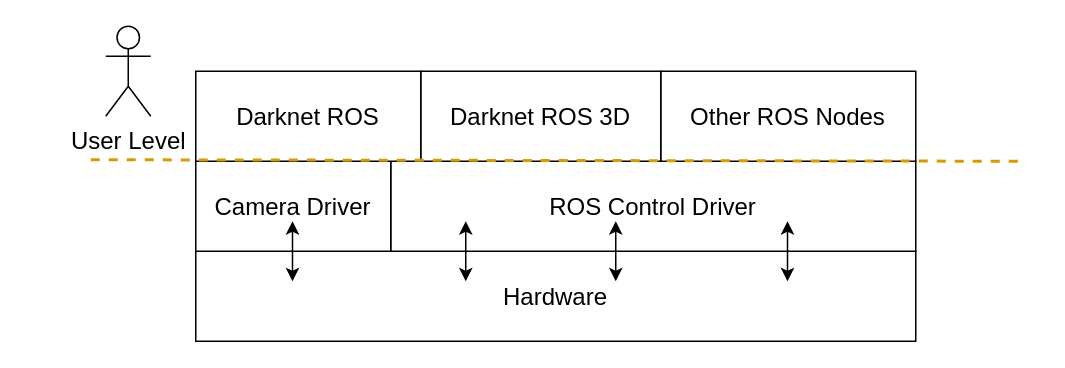
Above: diagrams/deployment/Untitled Diagram.drawio in fgonzalezr1998/tfg_src (draw.io), before the change. Source tidied: cells renumbered, new cells numbered last; positions are measured from the earlier drawing's top-left corner, leaving out a move shared by most shapes. Both pictures are drawn from the tidied source at 150%, with x=0, y=0 at pixel (90, 26).
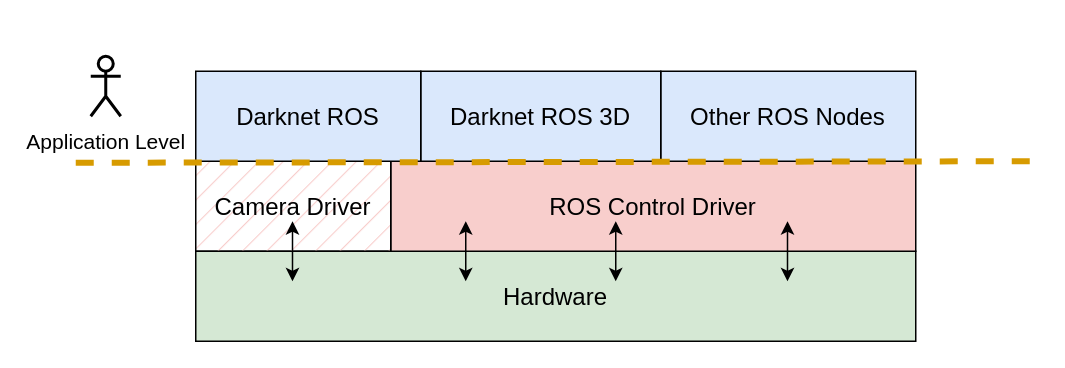
The same page after the edit.

Change to the diagram source:
```diff
@@
 <mxGraphModel>
   <root>
     <mxCell id="0" />
     <mxCell id="1" parent="0" />
-    <mxCell id="2" value="&lt;font style=&quot;font-size: 13px;&quot;&gt;&lt;font style=&quot;font-size: 14px;&quot;&gt;&lt;font style=&quot;font-size: 15px;&quot;&gt;&lt;font style=&quot;font-size: 16px;&quot;&gt;Hardware&lt;/font&gt;&lt;/font&gt;&lt;/font&gt;&lt;/font&gt;" style="rounded=0;whiteSpace=wrap;html=1;" parent="1" vertex="1">
+    <mxCell id="2" value="&lt;font style=&quot;font-size: 13px;&quot;&gt;&lt;font style=&quot;font-size: 14px;&quot;&gt;&lt;font style=&quot;font-size: 15px;&quot;&gt;&lt;font style=&quot;font-size: 16px;&quot;&gt;Hardware&lt;/font&gt;&lt;/font&gt;&lt;/font&gt;&lt;/font&gt;" style="rounded=0;whiteSpace=wrap;html=1;fillColor=#d5e8d4;strokeColor=#000000;" parent="1" vertex="1">
       <mxGeometry x="70" y="150" width="480" height="60" as="geometry" />
     </mxCell>
-    <mxCell id="3" value="&lt;font style=&quot;font-size: 15px;&quot;&gt;&lt;font style=&quot;font-size: 15px;&quot;&gt;&lt;font style=&quot;font-size: 15px;&quot;&gt;&lt;font style=&quot;font-size: 15px;&quot;&gt;&lt;font style=&quot;font-size: 15px;&quot;&gt;&lt;font style=&quot;font-size: 15px;&quot;&gt;&lt;font style=&quot;font-size: 15px;&quot;&gt;&lt;font style=&quot;font-size: 15px;&quot;&gt;&lt;font style=&quot;font-size: 16px;&quot;&gt;ROS Control Driver&lt;/font&gt;&lt;/font&gt;&lt;/font&gt;&lt;/font&gt;&lt;/font&gt;&lt;/font&gt;&lt;/font&gt;&lt;/font&gt;&lt;/font&gt;" style="rounded=0;whiteSpace=wrap;html=1;" parent="1" vertex="1">
+    <mxCell id="3" value="&lt;font style=&quot;font-size: 15px;&quot;&gt;&lt;font style=&quot;font-size: 15px;&quot;&gt;&lt;font style=&quot;font-size: 15px;&quot;&gt;&lt;font style=&quot;font-size: 15px;&quot;&gt;&lt;font style=&quot;font-size: 15px;&quot;&gt;&lt;font style=&quot;font-size: 15px;&quot;&gt;&lt;font style=&quot;font-size: 15px;&quot;&gt;&lt;font style=&quot;font-size: 15px;&quot;&gt;&lt;font style=&quot;font-size: 16px;&quot;&gt;ROS Control Driver&lt;/font&gt;&lt;/font&gt;&lt;/font&gt;&lt;/font&gt;&lt;/font&gt;&lt;/font&gt;&lt;/font&gt;&lt;/font&gt;&lt;/font&gt;" style="rounded=0;whiteSpace=wrap;html=1;fillColor=#f8cecc;strokeColor=#000000;" parent="1" vertex="1">
       <mxGeometry x="200" y="90" width="350" height="60" as="geometry" />
     </mxCell>
-    <mxCell id="4" value="&lt;font style=&quot;font-size: 15px;&quot;&gt;&lt;font style=&quot;font-size: 15px;&quot;&gt;&lt;font style=&quot;font-size: 15px;&quot;&gt;&lt;font style=&quot;font-size: 15px;&quot;&gt;&lt;font style=&quot;font-size: 15px;&quot;&gt;&lt;font style=&quot;font-size: 15px;&quot;&gt;&lt;font style=&quot;font-size: 15px;&quot;&gt;&lt;font style=&quot;font-size: 15px;&quot;&gt;&lt;font style=&quot;font-size: 16px;&quot;&gt;Camera Driver&lt;/font&gt;&lt;/font&gt;&lt;/font&gt;&lt;/font&gt;&lt;/font&gt;&lt;/font&gt;&lt;/font&gt;&lt;/font&gt;&lt;/font&gt;" style="rounded=0;whiteSpace=wrap;html=1;" parent="1" vertex="1">
+    <mxCell id="4" value="&lt;font style=&quot;font-size: 15px;&quot;&gt;&lt;font style=&quot;font-size: 15px;&quot;&gt;&lt;font style=&quot;font-size: 15px;&quot;&gt;&lt;font style=&quot;font-size: 15px;&quot;&gt;&lt;font style=&quot;font-size: 15px;&quot;&gt;&lt;font style=&quot;font-size: 15px;&quot;&gt;&lt;font style=&quot;font-size: 15px;&quot;&gt;&lt;font style=&quot;font-size: 15px;&quot;&gt;&lt;font style=&quot;font-size: 16px;&quot;&gt;Camera Driver&lt;/font&gt;&lt;/font&gt;&lt;/font&gt;&lt;/font&gt;&lt;/font&gt;&lt;/font&gt;&lt;/font&gt;&lt;/font&gt;&lt;/font&gt;" style="rounded=0;whiteSpace=wrap;html=1;fillStyle=hatch;fillColor=#f8cecc;strokeColor=#000000;" parent="1" vertex="1">
       <mxGeometry x="70" y="90" width="130" height="60" as="geometry" />
     </mxCell>
     <mxCell id="5" style="endArrow=classic;startArrow=classic;html=1;rounded=0;fontSize=16;" parent="1" edge="1">
       <mxGeometry relative="1" as="geometry">
         <mxPoint x="464.5" y="170" as="sourcePoint" />
         <mxPoint x="464.5" y="130" as="targetPoint" />
       </mxGeometry>
     </mxCell>
     <mxCell id="6" style="endArrow=classic;startArrow=classic;html=1;rounded=0;fontSize=16;" parent="1" edge="1">
       <mxGeometry relative="1" as="geometry">
         <mxPoint x="250" y="170" as="sourcePoint" />
         <mxPoint x="250" y="130" as="targetPoint" />
       </mxGeometry>
     </mxCell>
     <mxCell id="7" style="endArrow=classic;startArrow=classic;html=1;rounded=0;fontSize=16;" parent="1" edge="1">
       <mxGeometry relative="1" as="geometry">
         <mxPoint x="134.5" y="170" as="sourcePoint" />
         <mxPoint x="134.5" y="130" as="targetPoint" />
       </mxGeometry>
     </mxCell>
-    <mxCell id="8" value="&lt;font style=&quot;font-size: 13px;&quot;&gt;&lt;font style=&quot;font-size: 14px;&quot;&gt;&lt;font style=&quot;font-size: 15px;&quot;&gt;&lt;font style=&quot;font-size: 16px;&quot;&gt;Other ROS Nodes&lt;/font&gt;&lt;/font&gt;&lt;/font&gt;&lt;/font&gt;" style="rounded=0;whiteSpace=wrap;html=1;" parent="1" vertex="1">
+    <mxCell id="8" value="&lt;font style=&quot;font-size: 13px;&quot;&gt;&lt;font style=&quot;font-size: 14px;&quot;&gt;&lt;font style=&quot;font-size: 15px;&quot;&gt;&lt;font style=&quot;font-size: 16px;&quot;&gt;Other ROS Nodes&lt;/font&gt;&lt;/font&gt;&lt;/font&gt;&lt;/font&gt;" style="rounded=0;whiteSpace=wrap;html=1;fillColor=#dae8fc;strokeColor=#000000;" parent="1" vertex="1">
       <mxGeometry x="380" y="30" width="170" height="60" as="geometry" />
     </mxCell>
-    <mxCell id="9" value="&lt;font style=&quot;font-size: 16px;&quot;&gt;Darknet ROS 3D&lt;br&gt;&lt;/font&gt;" style="rounded=0;whiteSpace=wrap;html=1;" parent="1" vertex="1">
+    <mxCell id="9" value="&lt;font style=&quot;font-size: 16px;&quot;&gt;Darknet ROS 3D&lt;br&gt;&lt;/font&gt;" style="rounded=0;whiteSpace=wrap;html=1;fillColor=#dae8fc;strokeColor=#000000;" parent="1" vertex="1">
       <mxGeometry x="220" y="30" width="160" height="60" as="geometry" />
     </mxCell>
     <mxCell id="10" style="endArrow=classic;startArrow=classic;html=1;rounded=0;fontSize=16;" parent="1" edge="1">
       <mxGeometry relative="1" as="geometry">
         <mxPoint x="350" y="170" as="sourcePoint" />
         <mxPoint x="350" y="130" as="targetPoint" />
       </mxGeometry>
     </mxCell>
-    <mxCell id="11" value="&lt;font style=&quot;font-size: 13px;&quot;&gt;&lt;font style=&quot;font-size: 14px;&quot;&gt;&lt;font style=&quot;font-size: 15px;&quot;&gt;&lt;font style=&quot;font-size: 16px;&quot;&gt;Darknet ROS&lt;/font&gt;&lt;/font&gt;&lt;/font&gt;&lt;/font&gt;" style="rounded=0;whiteSpace=wrap;html=1;" parent="1" vertex="1">
+    <mxCell id="11" value="&lt;font style=&quot;font-size: 13px;&quot;&gt;&lt;font style=&quot;font-size: 14px;&quot;&gt;&lt;font style=&quot;font-size: 15px;&quot;&gt;&lt;font style=&quot;font-size: 16px;&quot;&gt;Darknet ROS&lt;/font&gt;&lt;/font&gt;&lt;/font&gt;&lt;/font&gt;" style="rounded=0;whiteSpace=wrap;html=1;fillColor=#dae8fc;strokeColor=#000000;" parent="1" vertex="1">
       <mxGeometry x="70" y="30" width="150" height="60" as="geometry" />
     </mxCell>
-    <mxCell id="12" value="User Level" style="shape=umlActor;verticalLabelPosition=bottom;verticalAlign=top;html=1;fontSize=16;" parent="1" vertex="1">
-      <mxGeometry x="10" width="30" height="60" as="geometry" />
+    <mxCell id="12" value="&lt;font style=&quot;font-size: 15px;&quot;&gt;&lt;font style=&quot;font-size: 14px;&quot;&gt;Application Level&lt;/font&gt;&lt;/font&gt;" style="shape=umlActor;verticalLabelPosition=bottom;verticalAlign=top;html=1;fontSize=16;strokeWidth=2;" parent="1" vertex="1">
+      <mxGeometry y="20" width="20" height="40" as="geometry" />
     </mxCell>
-    <mxCell id="13" style="endArrow=none;dashed=1;html=1;rounded=0;fontSize=16;strokeWidth=2;fillColor=#ffe6cc;strokeColor=#d79b00;" parent="1" edge="1">
+    <mxCell id="13" style="endArrow=none;dashed=1;html=1;rounded=0;fontSize=16;strokeWidth=4;fillColor=#ffe6cc;strokeColor=#d79b00;" parent="1" edge="1">
       <mxGeometry relative="1" as="geometry">
-        <mxPoint y="89" as="sourcePoint" />
-        <mxPoint x="620" y="90" as="targetPoint" />
+        <mxPoint x="-10" y="91" as="sourcePoint" />
+        <mxPoint x="630" y="90" as="targetPoint" />
       </mxGeometry>
     </mxCell>
   </root>
 </mxGraphModel>
```
